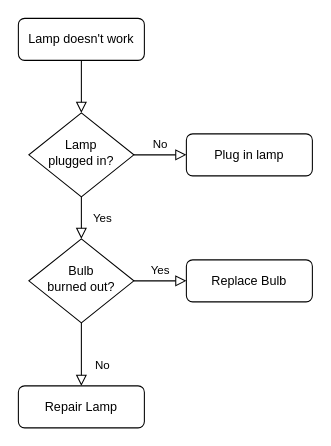
Before: 제목 없는 다이어그램.drawio in choichanhyeok/design-drawing, a draw.io diagram. Source tidied: cells renumbered, new cells numbered last; positions are measured from the earlier drawing's top-left corner, leaving out a move shared by most shapes. Both pictures are drawn from the tidied source at 105%, with x=0, y=0 at pixel (18, 18).
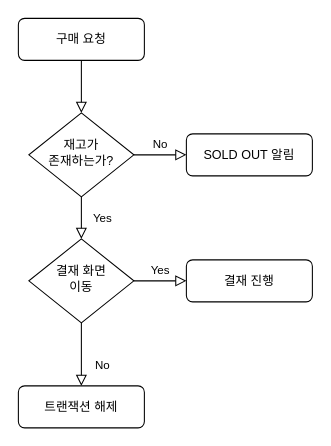
The same diagram, later.

Commit message:
상품 구매 시퀀스

The edit, as a diff of the source:
```diff
@@
 <mxGraphModel>
   <root>
     <mxCell id="0" />
     <mxCell id="1" parent="0" />
     <mxCell id="2" style="rounded=0;html=1;jettySize=auto;fontSize=11;endArrow=block;endFill=0;endSize=8;strokeWidth=1;shadow=0;labelBackgroundColor=none;edgeStyle=orthogonalEdgeStyle;" parent="1" edge="1" source="3" target="6">
       <mxGeometry relative="1" as="geometry" />
     </mxCell>
-    <mxCell id="3" value="Lamp doesn't work" style="rounded=1;whiteSpace=wrap;html=1;fontSize=12;glass=0;strokeWidth=1;shadow=0;" parent="1" vertex="1">
+    <mxCell id="3" value="구매 요청" style="rounded=1;whiteSpace=wrap;html=1;fontSize=12;glass=0;strokeWidth=1;shadow=0;" parent="1" vertex="1">
       <mxGeometry width="120" height="40" as="geometry" />
     </mxCell>
     <mxCell id="4" value="Yes" style="rounded=0;html=1;jettySize=auto;fontSize=11;endArrow=block;endFill=0;endSize=8;strokeWidth=1;shadow=0;labelBackgroundColor=none;edgeStyle=orthogonalEdgeStyle;" parent="1" edge="1" source="6" target="10">
       <mxGeometry y="20" relative="1" as="geometry" />
     </mxCell>
     <mxCell id="5" value="No" style="edgeStyle=orthogonalEdgeStyle;rounded=0;html=1;jettySize=auto;fontSize=11;endArrow=block;endFill=0;endSize=8;strokeWidth=1;shadow=0;labelBackgroundColor=none;" parent="1" edge="1" source="6" target="7">
       <mxGeometry y="10" relative="1" as="geometry" />
     </mxCell>
-    <mxCell id="6" value="Lamp&lt;br&gt;plugged in?" style="rhombus;whiteSpace=wrap;html=1;shadow=0;fontFamily=Helvetica;fontSize=12;align=center;strokeWidth=1;spacing=6;spacingTop=-4;" parent="1" vertex="1">
+    <mxCell id="6" value="재고가&lt;br&gt;존재하는가?" style="rhombus;whiteSpace=wrap;html=1;shadow=0;fontFamily=Helvetica;fontSize=12;align=center;strokeWidth=1;spacing=6;spacingTop=-4;" parent="1" vertex="1">
       <mxGeometry x="10" y="90" width="100" height="80" as="geometry" />
     </mxCell>
-    <mxCell id="7" value="Plug in lamp" style="rounded=1;whiteSpace=wrap;html=1;fontSize=12;glass=0;strokeWidth=1;shadow=0;" parent="1" vertex="1">
+    <mxCell id="7" value="SOLD OUT 알림" style="rounded=1;whiteSpace=wrap;html=1;fontSize=12;glass=0;strokeWidth=1;shadow=0;" parent="1" vertex="1">
       <mxGeometry x="160" y="110" width="120" height="40" as="geometry" />
     </mxCell>
     <mxCell id="8" value="No" style="rounded=0;html=1;jettySize=auto;fontSize=11;endArrow=block;endFill=0;endSize=8;strokeWidth=1;shadow=0;labelBackgroundColor=none;edgeStyle=orthogonalEdgeStyle;" parent="1" edge="1" source="10" target="11">
       <mxGeometry x="0.33" y="20" relative="1" as="geometry" />
     </mxCell>
     <mxCell id="9" value="Yes" style="edgeStyle=orthogonalEdgeStyle;rounded=0;html=1;jettySize=auto;fontSize=11;endArrow=block;endFill=0;endSize=8;strokeWidth=1;shadow=0;labelBackgroundColor=none;" parent="1" edge="1" source="10" target="12">
       <mxGeometry y="10" relative="1" as="geometry" />
     </mxCell>
-    <mxCell id="10" value="Bulb&lt;br&gt;burned out?" style="rhombus;whiteSpace=wrap;html=1;shadow=0;fontFamily=Helvetica;fontSize=12;align=center;strokeWidth=1;spacing=6;spacingTop=-4;" parent="1" vertex="1">
+    <mxCell id="10" value="결재 화면&lt;br&gt;이동" style="rhombus;whiteSpace=wrap;html=1;shadow=0;fontFamily=Helvetica;fontSize=12;align=center;strokeWidth=1;spacing=6;spacingTop=-4;" parent="1" vertex="1">
       <mxGeometry x="10" y="210" width="100" height="80" as="geometry" />
     </mxCell>
-    <mxCell id="11" value="Repair Lamp" style="rounded=1;whiteSpace=wrap;html=1;fontSize=12;glass=0;strokeWidth=1;shadow=0;" parent="1" vertex="1">
+    <mxCell id="11" value="트랜잭션 해제" style="rounded=1;whiteSpace=wrap;html=1;fontSize=12;glass=0;strokeWidth=1;shadow=0;" parent="1" vertex="1">
       <mxGeometry y="350" width="120" height="40" as="geometry" />
     </mxCell>
-    <mxCell id="12" value="Replace Bulb" style="rounded=1;whiteSpace=wrap;html=1;fontSize=12;glass=0;strokeWidth=1;shadow=0;" parent="1" vertex="1">
+    <mxCell id="12" value="결재 진행" style="rounded=1;whiteSpace=wrap;html=1;fontSize=12;glass=0;strokeWidth=1;shadow=0;" parent="1" vertex="1">
       <mxGeometry x="160" y="230" width="120" height="40" as="geometry" />
     </mxCell>
   </root>
 </mxGraphModel>
```
